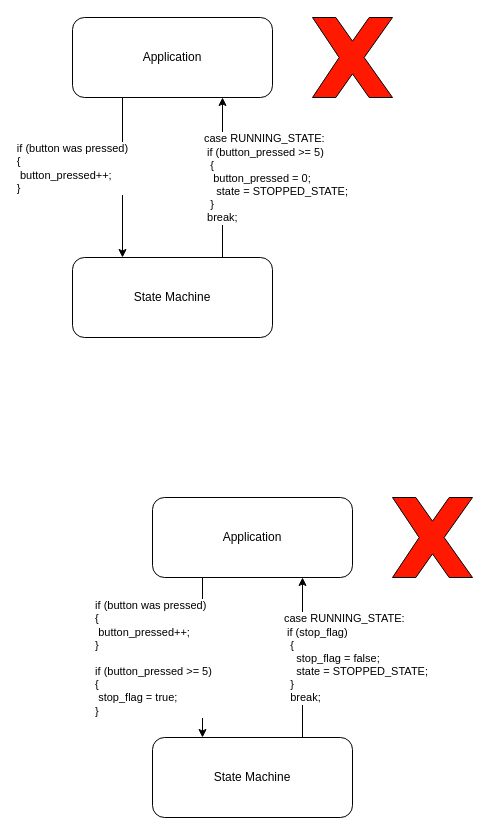
ress059/ecu keeps this draw.io diagram as page "event_driven_paradigm_polling_state_machine" (9 of 15) of doc/images/fsm/fsm.drawio. Above is the earlier version. Source tidied: cells renumbered, new cells numbered last; positions are measured from the earlier drawing's top-left corner, leaving out a move shared by most shapes. Both pictures are drawn from the tidied source at 100%, with x=0, y=0 at pixel (72, 17).
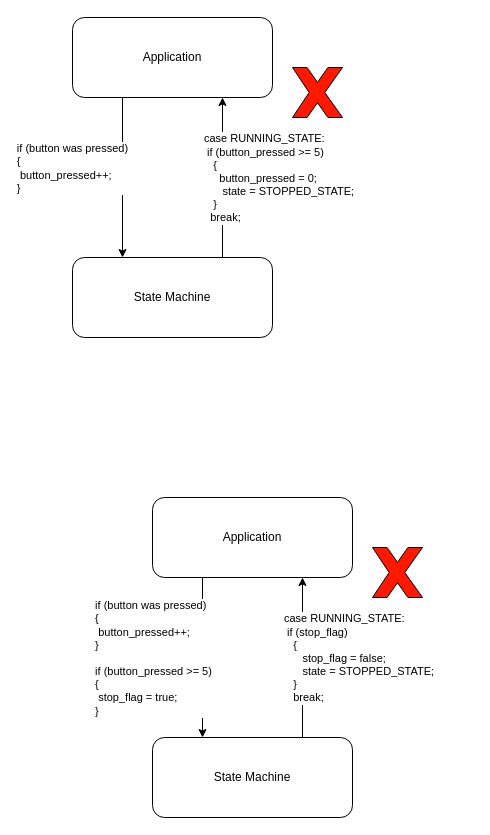
After the change.

Diff of the diagram source:
```diff
@@
 <mxGraphModel>
   <root>
     <mxCell id="0" />
     <mxCell id="1" parent="0" />
     <mxCell id="2" style="edgeStyle=orthogonalEdgeStyle;rounded=0;jettySize=auto;html=1;entryX=0.75;entryY=1;entryDx=0;entryDy=0;exitX=0.75;exitY=0;exitDx=0;exitDy=0;" parent="1" edge="1" source="4" target="7">
       <mxGeometry relative="1" as="geometry" />
     </mxCell>
-    <mxCell id="3" value="case RUNNING_STATE:&lt;br&gt;&lt;span style=&quot;white-space: pre;&quot;&gt; &lt;/span&gt;if (button_pressed &amp;gt;= 5)&lt;br&gt;&lt;span style=&quot;white-space: pre;&quot;&gt; &lt;span style=&quot;white-space: pre;&quot;&gt; &lt;/span&gt;&lt;/span&gt;{&lt;br&gt;&lt;span style=&quot;white-space: pre;&quot;&gt; &lt;span style=&quot;white-space: pre;&quot;&gt; &lt;span style=&quot;white-space: pre;&quot;&gt; &lt;/span&gt;&lt;/span&gt;&lt;/span&gt;button_pressed = 0;&lt;br&gt;&lt;span style=&quot;white-space: pre;&quot;&gt; &lt;/span&gt;&lt;span style=&quot;white-space: pre;&quot;&gt; &lt;span style=&quot;white-space: pre;&quot;&gt; &lt;span style=&quot;white-space: pre;&quot;&gt; &lt;/span&gt;&lt;/span&gt;&lt;/span&gt;state = STOPPED_STATE;&lt;br&gt;&lt;span style=&quot;white-space: pre;&quot;&gt; &lt;span style=&quot;white-space: pre;&quot;&gt; &lt;/span&gt;&lt;/span&gt;}&lt;br&gt;&lt;span style=&quot;white-space: pre;&quot;&gt;&lt;span style=&quot;white-space: pre;&quot;&gt; &lt;/span&gt;&lt;/span&gt;break;" style="edgeLabel;html=1;align=left;verticalAlign=middle;" parent="2" vertex="1">
+    <mxCell id="3" value="case RUNNING_STATE:&lt;br&gt;&lt;span style=&quot;white-space: pre;&quot;&gt; &lt;/span&gt;if (button_pressed &amp;gt;= 5)&lt;br&gt;&lt;span style=&quot;white-space: pre;&quot;&gt; &lt;span style=&quot;white-space: pre;&quot;&gt; &lt;span style=&quot;white-space: pre;&quot;&gt; &lt;/span&gt;&lt;/span&gt;&lt;/span&gt;{&lt;br&gt;&lt;span style=&quot;white-space: pre;&quot;&gt; &lt;span style=&quot;white-space: pre;&quot;&gt; &lt;span style=&quot;white-space: pre;&quot;&gt; &lt;span style=&quot;white-space: pre;&quot;&gt; &lt;/span&gt;&lt;span style=&quot;white-space: pre;&quot;&gt; &lt;/span&gt;&lt;/span&gt;&lt;/span&gt;&lt;/span&gt;button_pressed = 0;&lt;br&gt;&lt;span style=&quot;white-space: pre;&quot;&gt; &lt;/span&gt;&lt;span style=&quot;white-space: pre;&quot;&gt; &lt;span style=&quot;white-space: pre;&quot;&gt; &lt;span style=&quot;white-space: pre;&quot;&gt; &lt;span style=&quot;white-space: pre;&quot;&gt; &lt;/span&gt;&lt;span style=&quot;white-space: pre;&quot;&gt; &lt;/span&gt;&lt;/span&gt;&lt;/span&gt;&lt;/span&gt;state = STOPPED_STATE;&lt;br&gt;&lt;span style=&quot;white-space: pre;&quot;&gt; &lt;span style=&quot;white-space: pre;&quot;&gt; &lt;span style=&quot;white-space: pre;&quot;&gt; &lt;/span&gt;&lt;/span&gt;&lt;/span&gt;}&lt;br&gt;&lt;span style=&quot;white-space: pre;&quot;&gt;&lt;span style=&quot;white-space: pre;&quot;&gt; &lt;span style=&quot;white-space: pre;&quot;&gt; &lt;/span&gt;&lt;/span&gt;&lt;/span&gt;break;" style="edgeLabel;html=1;align=left;verticalAlign=middle;" parent="2" vertex="1">
       <mxGeometry x="0.28" y="1" relative="1" as="geometry">
         <mxPoint x="-19" y="22" as="offset" />
       </mxGeometry>
     </mxCell>
     <mxCell id="4" value="State Machine" style="rounded=1;whiteSpace=wrap;html=1;" parent="1" vertex="1">
       <mxGeometry y="240" width="200" height="80" as="geometry" />
     </mxCell>
     <mxCell id="5" style="edgeStyle=orthogonalEdgeStyle;rounded=0;jettySize=auto;html=1;entryX=0.25;entryY=0;entryDx=0;entryDy=0;exitX=0.25;exitY=1;exitDx=0;exitDy=0;" parent="1" edge="1" source="7" target="4">
       <mxGeometry relative="1" as="geometry" />
     </mxCell>
     <mxCell id="6" value="&lt;div style=&quot;text-align: left;&quot;&gt;if (button was pressed)&lt;/div&gt;&lt;div style=&quot;text-align: left;&quot;&gt;{&lt;/div&gt;&lt;div style=&quot;text-align: left;&quot;&gt;&lt;span style=&quot;white-space: pre;&quot;&gt; &lt;/span&gt;button_pressed++;&lt;br&gt;&lt;/div&gt;&lt;div style=&quot;text-align: left;&quot;&gt;}&lt;/div&gt;" style="edgeLabel;html=1;align=center;verticalAlign=middle;" parent="5" vertex="1">
       <mxGeometry x="0.33" y="-2" relative="1" as="geometry">
         <mxPoint x="-48" y="-36" as="offset" />
       </mxGeometry>
     </mxCell>
     <mxCell id="7" value="Application" style="rounded=1;whiteSpace=wrap;html=1;" parent="1" vertex="1">
       <mxGeometry width="200" height="80" as="geometry" />
     </mxCell>
     <mxCell id="8" style="edgeStyle=orthogonalEdgeStyle;rounded=0;jettySize=auto;html=1;entryX=0.75;entryY=1;entryDx=0;entryDy=0;exitX=0.75;exitY=0;exitDx=0;exitDy=0;" parent="1" edge="1" source="10" target="13">
       <mxGeometry relative="1" as="geometry" />
     </mxCell>
-    <mxCell id="9" value="case RUNNING_STATE:&lt;br&gt;&lt;span style=&quot;white-space: pre;&quot;&gt; &lt;/span&gt;if (stop_flag)&lt;br&gt;&lt;span style=&quot;white-space: pre;&quot;&gt; &lt;span style=&quot;white-space: pre;&quot;&gt; &lt;/span&gt;&lt;/span&gt;{&lt;br&gt;&lt;span style=&quot;white-space: pre;&quot;&gt; &lt;/span&gt;&lt;span style=&quot;white-space: pre;&quot;&gt; &lt;span style=&quot;white-space: pre;&quot;&gt; &lt;/span&gt;&lt;span style=&quot;white-space: pre;&quot;&gt; &lt;/span&gt;&lt;/span&gt;stop_flag&amp;nbsp;= false;&lt;br&gt;&lt;span style=&quot;white-space: pre;&quot;&gt; &lt;/span&gt;&lt;span style=&quot;white-space: pre;&quot;&gt; &lt;span style=&quot;white-space: pre;&quot;&gt; &lt;/span&gt;&lt;span style=&quot;white-space: pre;&quot;&gt; &lt;/span&gt;&lt;/span&gt;state = STOPPED_STATE;&lt;br&gt;&lt;span style=&quot;white-space: pre;&quot;&gt; &lt;span style=&quot;white-space: pre;&quot;&gt; &lt;/span&gt;&lt;/span&gt;}&lt;br&gt;&lt;span style=&quot;white-space: pre;&quot;&gt; &lt;span style=&quot;white-space: pre;&quot;&gt; &lt;/span&gt;&lt;/span&gt;break;" style="edgeLabel;html=1;align=left;verticalAlign=middle;" parent="8" vertex="1">
+    <mxCell id="9" value="case RUNNING_STATE:&lt;br&gt;&lt;span style=&quot;white-space: pre;&quot;&gt; &lt;/span&gt;if (stop_flag)&lt;br&gt;&lt;span style=&quot;white-space: pre;&quot;&gt; &lt;span style=&quot;white-space: pre;&quot;&gt; &lt;span style=&quot;white-space: pre;&quot;&gt; &lt;/span&gt;&lt;/span&gt;&lt;/span&gt;{&lt;br&gt;&lt;span style=&quot;white-space: pre;&quot;&gt; &lt;/span&gt;&lt;span style=&quot;white-space: pre;&quot;&gt; &lt;span style=&quot;white-space: pre;&quot;&gt; &lt;/span&gt;&lt;span style=&quot;white-space: pre;&quot;&gt; &lt;span style=&quot;white-space: pre;&quot;&gt; &lt;/span&gt;&lt;span style=&quot;white-space: pre;&quot;&gt; &lt;/span&gt;&lt;/span&gt;&lt;/span&gt;stop_flag&amp;nbsp;= false;&lt;br&gt;&lt;span style=&quot;white-space: pre;&quot;&gt; &lt;/span&gt;&lt;span style=&quot;white-space: pre;&quot;&gt; &lt;span style=&quot;white-space: pre;&quot;&gt; &lt;/span&gt;&lt;span style=&quot;white-space: pre;&quot;&gt; &lt;span style=&quot;white-space: pre;&quot;&gt; &lt;/span&gt;&lt;span style=&quot;white-space: pre;&quot;&gt; &lt;/span&gt;&lt;/span&gt;&lt;/span&gt;state = STOPPED_STATE;&lt;br&gt;&lt;span style=&quot;white-space: pre;&quot;&gt; &lt;span style=&quot;white-space: pre;&quot;&gt; &lt;span style=&quot;white-space: pre;&quot;&gt; &lt;/span&gt;&lt;/span&gt;&lt;/span&gt;}&lt;br&gt;&lt;span style=&quot;white-space: pre;&quot;&gt; &lt;span style=&quot;white-space: pre;&quot;&gt; &lt;span style=&quot;white-space: pre;&quot;&gt; &lt;/span&gt;&lt;/span&gt;&lt;/span&gt;break;" style="edgeLabel;html=1;align=left;verticalAlign=middle;" parent="8" vertex="1">
       <mxGeometry x="0.28" y="1" relative="1" as="geometry">
         <mxPoint x="-19" y="22" as="offset" />
       </mxGeometry>
     </mxCell>
     <mxCell id="10" value="State Machine" style="rounded=1;whiteSpace=wrap;html=1;" parent="1" vertex="1">
       <mxGeometry x="80" y="720" width="200" height="80" as="geometry" />
     </mxCell>
     <mxCell id="11" style="edgeStyle=orthogonalEdgeStyle;rounded=0;jettySize=auto;html=1;entryX=0.25;entryY=0;entryDx=0;entryDy=0;exitX=0.25;exitY=1;exitDx=0;exitDy=0;" parent="1" edge="1" source="13" target="10">
       <mxGeometry relative="1" as="geometry" />
     </mxCell>
     <mxCell id="12" value="&lt;div style=&quot;text-align: left;&quot;&gt;if (button was pressed)&lt;/div&gt;&lt;div style=&quot;text-align: left;&quot;&gt;{&lt;/div&gt;&lt;div style=&quot;text-align: left;&quot;&gt;&lt;span style=&quot;white-space: pre;&quot;&gt; &lt;/span&gt;button_pressed++;&lt;br&gt;&lt;/div&gt;&lt;div style=&quot;text-align: left;&quot;&gt;}&lt;/div&gt;&lt;div style=&quot;text-align: left;&quot;&gt;&lt;br&gt;&lt;/div&gt;&lt;div style=&quot;text-align: left;&quot;&gt;if (button_pressed &amp;gt;= 5)&lt;/div&gt;&lt;div style=&quot;text-align: left;&quot;&gt;{&lt;/div&gt;&lt;div style=&quot;text-align: left;&quot;&gt;&lt;span style=&quot;white-space: pre;&quot;&gt; &lt;/span&gt;stop_flag = true;&lt;br&gt;&lt;/div&gt;&lt;div style=&quot;text-align: left;&quot;&gt;}&lt;/div&gt;" style="edgeLabel;html=1;align=center;verticalAlign=middle;" parent="11" vertex="1">
       <mxGeometry x="0.33" y="-2" relative="1" as="geometry">
         <mxPoint x="-48" y="-26" as="offset" />
       </mxGeometry>
     </mxCell>
     <mxCell id="13" value="Application" style="rounded=1;whiteSpace=wrap;html=1;" parent="1" vertex="1">
       <mxGeometry x="80" y="480" width="200" height="80" as="geometry" />
     </mxCell>
     <mxCell id="14" style="verticalLabelPosition=bottom;verticalAlign=top;html=1;shape=mxgraph.basic.x;fillColor=#FF1900;" parent="1" vertex="1">
-      <mxGeometry x="240" width="80" height="80" as="geometry" />
+      <mxGeometry x="220" y="50" width="50" height="50" as="geometry" />
     </mxCell>
-    <mxCell id="15" style="verticalLabelPosition=bottom;verticalAlign=top;html=1;shape=mxgraph.basic.x;fillColor=#FF1900;" parent="1" vertex="1">
-      <mxGeometry x="320" y="480" width="80" height="80" as="geometry" />
-    </mxCell>
+    <mxCell id="16" style="verticalLabelPosition=bottom;verticalAlign=top;html=1;shape=mxgraph.basic.x;fillColor=#FF1900;" parent="1" vertex="1">
+      <mxGeometry x="300" y="530" width="50" height="50" as="geometry" />
+    </mxCell>
   </root>
 </mxGraphModel>
```
